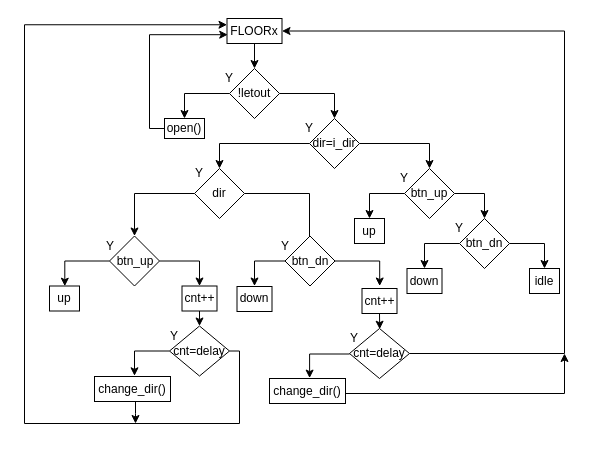
Fysek/Elevator keeps this draw.io diagram as page "Page-1" (1 of 2) of Untitled Diagram.drawio. Above is the earlier version. Source tidied: cells renumbered, new cells numbered last; positions are measured from the earlier drawing's top-left corner, leaving out a move shared by most shapes. Both pictures are drawn from the tidied source at 100%, with x=0, y=0 at pixel (-21, 18).
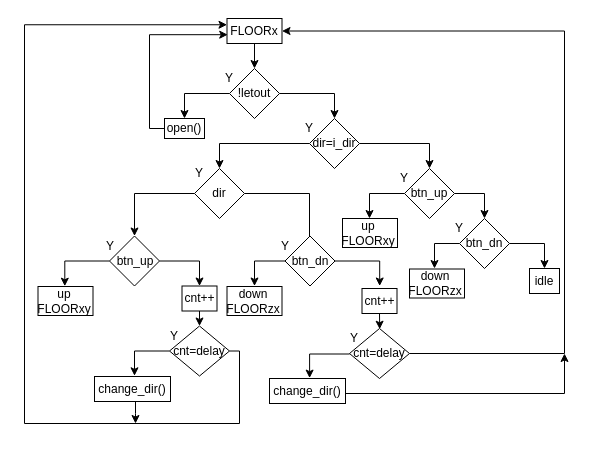
The same page after the edit.

The change refers to these unchanged cells:
```xml
<mxCell id="30" style="rhombus;whiteSpace=wrap;html=1;" parent="1" vertex="1">
  <mxGeometry x="480" y="200" width="50" height="50" as="geometry" />
</mxCell>
```

Diff of the diagram source:
```diff
@@
-    <mxCell id="26" style="rounded=0;whiteSpace=wrap;html=1;" parent="1" vertex="1">
-      <mxGeometry x="375" y="200" width="30" height="25" as="geometry" />
-    </mxCell>
-    <mxCell id="27" value="up" style="text;html=1;strokeColor=none;fillColor=none;align=center;verticalAlign=middle;whiteSpace=wrap;rounded=0;" parent="1" vertex="1">
-      <mxGeometry x="370" y="202.5" width="40" height="20" as="geometry" />
-    </mxCell>
-    <mxCell id="28" style="edgeStyle=orthogonalEdgeStyle;rounded=0;jettySize=auto;html=1;exitX=0;exitY=0.5;exitDx=0;exitDy=0;" parent="1" edge="1" source="30">
-      <mxGeometry relative="1" as="geometry">
-        <mxPoint x="445" y="250" as="targetPoint" />
-        <Array as="points">
-          <mxPoint x="445" y="225" />
-          <mxPoint x="445" y="250" />
-        </Array>
-      </mxGeometry>
-    </mxCell>
@@
+    <mxCell id="74" style="edgeStyle=orthogonalEdgeStyle;rounded=0;jettySize=auto;html=1;" parent="1" edge="1" source="30">
+      <mxGeometry relative="1" as="geometry">
+        <mxPoint x="455" y="250" as="targetPoint" />
+        <Array as="points">
+          <mxPoint x="455" y="225" />
+        </Array>
+      </mxGeometry>
+    </mxCell>
@@
-    <mxCell id="33" style="rounded=0;whiteSpace=wrap;html=1;" parent="1" vertex="1">
-      <mxGeometry x="427.5" y="250" width="35" height="25" as="geometry" />
-    </mxCell>
-    <mxCell id="34" value="down" style="text;html=1;strokeColor=none;fillColor=none;align=center;verticalAlign=middle;whiteSpace=wrap;rounded=0;" parent="1" vertex="1">
-      <mxGeometry x="425" y="252.5" width="40" height="20" as="geometry" />
-    </mxCell>
@@
-    <mxCell id="47" style="rounded=0;whiteSpace=wrap;html=1;" parent="1" vertex="1">
-      <mxGeometry x="70" y="267.5" width="30" height="25" as="geometry" />
-    </mxCell>
-    <mxCell id="48" value="up" style="text;html=1;strokeColor=none;fillColor=none;align=center;verticalAlign=middle;whiteSpace=wrap;rounded=0;" parent="1" vertex="1">
-      <mxGeometry x="65" y="270" width="40" height="20" as="geometry" />
-    </mxCell>
-    <mxCell id="49" style="rounded=0;whiteSpace=wrap;html=1;" parent="1" vertex="1">
-      <mxGeometry x="257.5" y="268" width="35" height="25" as="geometry" />
-    </mxCell>
-    <mxCell id="50" value="down" style="text;html=1;strokeColor=none;fillColor=none;align=center;verticalAlign=middle;whiteSpace=wrap;rounded=0;" parent="1" vertex="1">
-      <mxGeometry x="255" y="270" width="40" height="20" as="geometry" />
-    </mxCell>
@@
+    <mxCell id="75" style="rounded=0;whiteSpace=wrap;html=1;" parent="1" vertex="1">
+      <mxGeometry x="58.5" y="268" width="55" height="29" as="geometry" />
+    </mxCell>
+    <mxCell id="76" value="&lt;div&gt;up&lt;/div&gt;&lt;div&gt;FLOORxy&lt;br&gt;&lt;/div&gt;" style="text;html=1;strokeColor=none;fillColor=none;align=center;verticalAlign=middle;whiteSpace=wrap;rounded=0;" parent="1" vertex="1">
+      <mxGeometry x="64.5" y="272.5" width="40" height="20" as="geometry" />
+    </mxCell>
+    <mxCell id="77" style="rounded=0;whiteSpace=wrap;html=1;" parent="1" vertex="1">
+      <mxGeometry x="363" y="200" width="55" height="29" as="geometry" />
+    </mxCell>
+    <mxCell id="78" value="&lt;div&gt;up&lt;/div&gt;&lt;div&gt;FLOORxy&lt;br&gt;&lt;/div&gt;" style="text;html=1;strokeColor=none;fillColor=none;align=center;verticalAlign=middle;whiteSpace=wrap;rounded=0;" parent="1" vertex="1">
+      <mxGeometry x="369" y="204.5" width="40" height="20" as="geometry" />
+    </mxCell>
+    <mxCell id="79" style="rounded=0;whiteSpace=wrap;html=1;" parent="1" vertex="1">
+      <mxGeometry x="247.5" y="268" width="55" height="29" as="geometry" />
+    </mxCell>
+    <mxCell id="80" value="&lt;div&gt;down&lt;br&gt;&lt;/div&gt;&lt;div&gt;FLOORzx&lt;br&gt;&lt;/div&gt;" style="text;html=1;strokeColor=none;fillColor=none;align=center;verticalAlign=middle;whiteSpace=wrap;rounded=0;" parent="1" vertex="1">
+      <mxGeometry x="253.5" y="272.5" width="40" height="20" as="geometry" />
+    </mxCell>
+    <mxCell id="81" style="rounded=0;whiteSpace=wrap;html=1;" parent="1" vertex="1">
+      <mxGeometry x="430" y="250.5" width="55" height="29" as="geometry" />
+    </mxCell>
+    <mxCell id="82" value="&lt;div&gt;down&lt;br&gt;&lt;/div&gt;&lt;div&gt;FLOORzx&lt;br&gt;&lt;/div&gt;" style="text;html=1;strokeColor=none;fillColor=none;align=center;verticalAlign=middle;whiteSpace=wrap;rounded=0;" parent="1" vertex="1">
+      <mxGeometry x="436" y="255" width="40" height="20" as="geometry" />
+    </mxCell>
```
